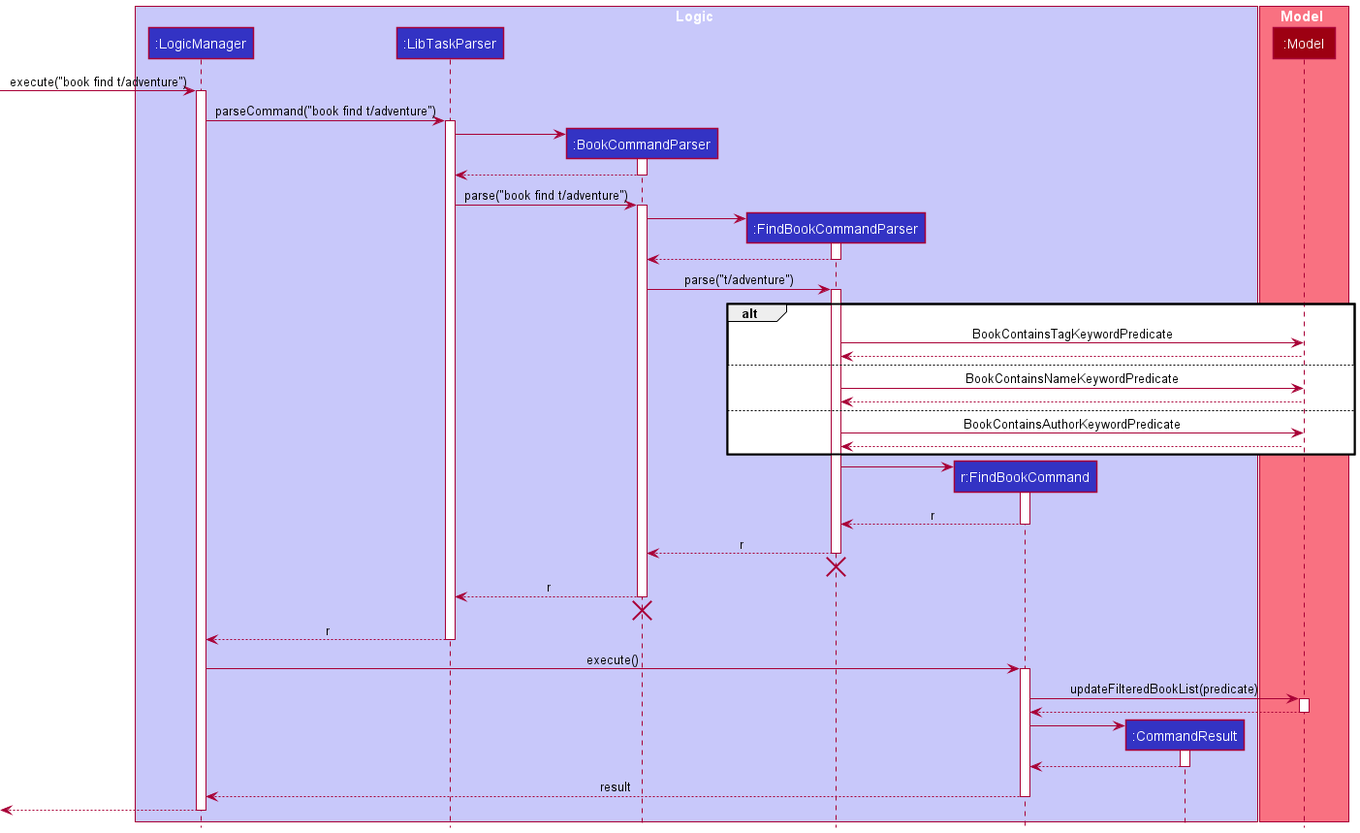
This is docs/images/FindBookCommandSequenceDiagram.png from yuqitanyq/tp, a PlantUML export, as it was before one commit.
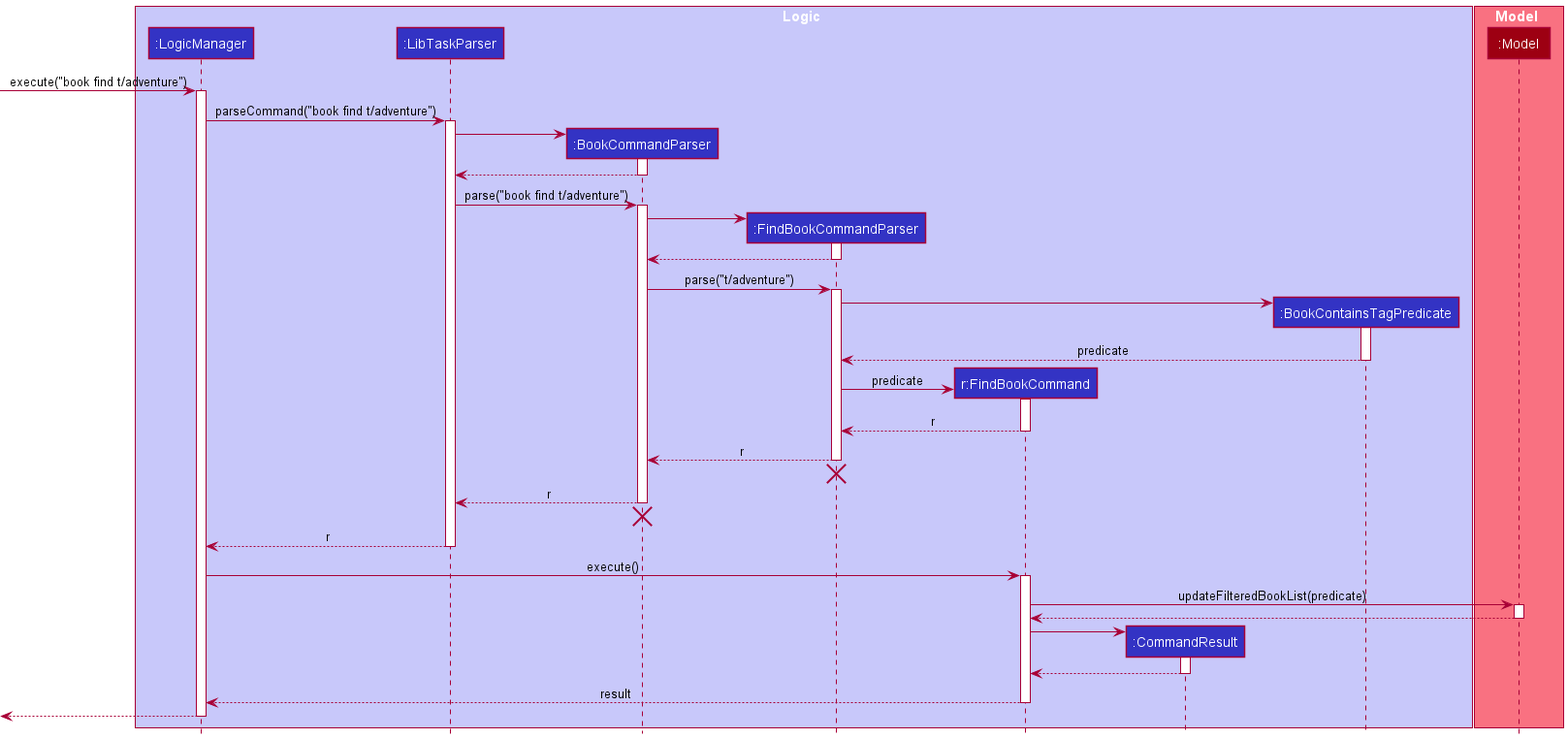
The same file after the commit.

Commit message:
Change png files for Sequence and Activity diagrams

Diff of the diagram source:
```diff
@@ -8,6 +8,7 @@
 participant ":FindBookCommandParser" as FindBookCommandParser LOGIC_COLOR
 participant "r:FindBookCommand" as FindBookCommand LOGIC_COLOR
 participant ":CommandResult" as CommandResult LOGIC_COLOR
+participant ":BookContainsTagPredicate" as BookContainsTagPredicate LOGIC_COLOR
 end box
 
 box Model MODEL_COLOR_T1
@@ -39,18 +40,16 @@
 
 BookCommandParser -> FindBookCommandParser : parse("t/adventure")
 activate FindBookCommandParser
-alt
-    FindBookCommandParser -> Model : BookContainsTagKeywordPredicate
-    Model --> FindBookCommandParser
-else
-    FindBookCommandParser -> Model : BookContainsNameKeywordPredicate
-    Model --> FindBookCommandParser
-else
-    FindBookCommandParser -> Model : BookContainsAuthorKeywordPredicate
-    Model --> FindBookCommandParser
-end
+
+create BookContainsTagPredicate
+FindBookCommandParser -> BookContainsTagPredicate :
+activate BookContainsTagPredicate
+
+BookContainsTagPredicate --> FindBookCommandParser : predicate
+deactivate BookContainsTagPredicate
+
 create FindBookCommand
-FindBookCommandParser -> FindBookCommand
+FindBookCommandParser -> FindBookCommand : predicate
 activate FindBookCommand
 
 FindBookCommand --> FindBookCommandParser : r
```
